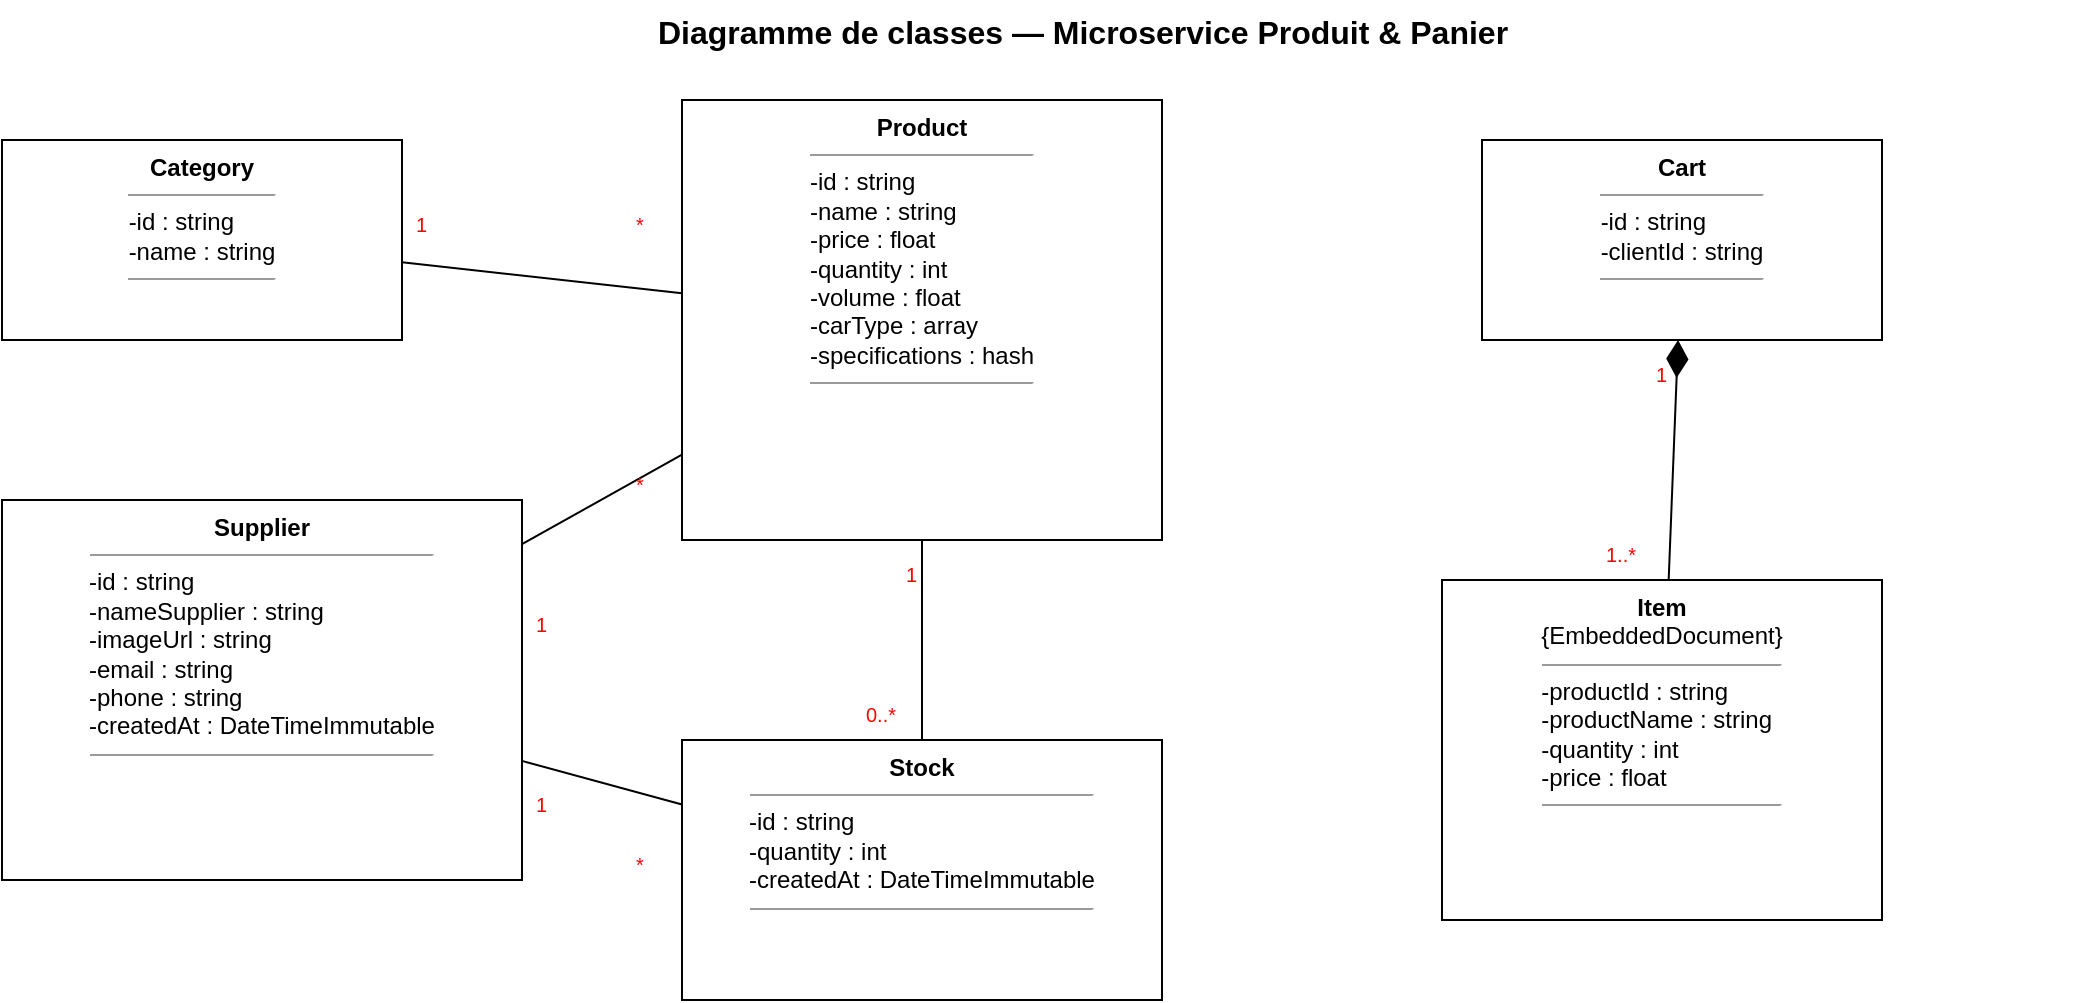
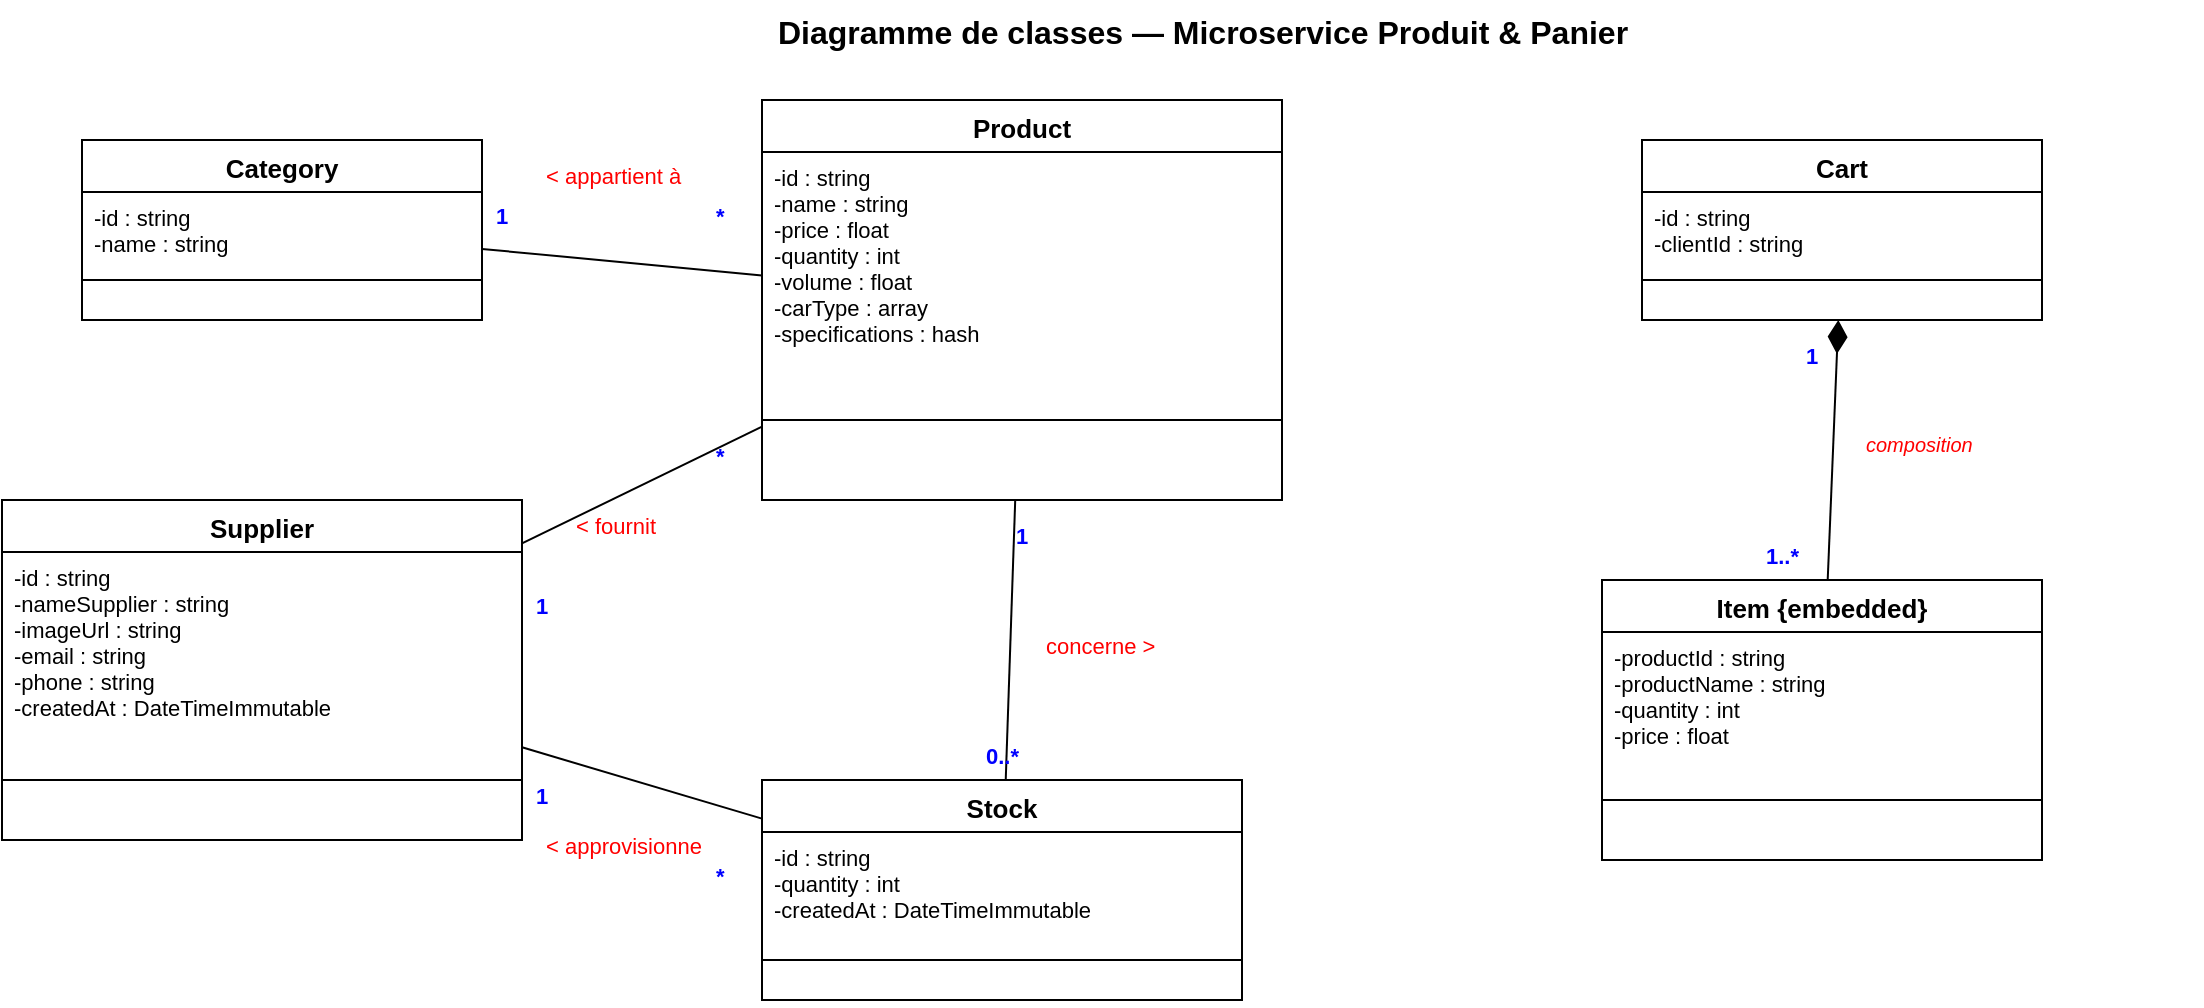
<mxfile host="app.diagrams.net" modified="2026-05-11" agent="Kiro" version="24.7.17" type="device">
  <diagram id="cls-produit" name="Classes - Produit et Panier">
-     <mxGraphModel dx="1400" dy="900" grid="1" gridSize="10" guides="1" tooltips="1" connect="1" arrows="1" fold="1" page="1" pageScale="1" pageWidth="1400" pageHeight="900" math="0" shadow="0">
+     <mxGraphModel dx="1400" dy="1000" grid="1" gridSize="10" guides="1" tooltips="1" connect="1" arrows="1" fold="1" page="1" pageScale="1" pageWidth="1400" pageHeight="1000" math="0" shadow="0">
      <root>
        <mxCell id="0"/><mxCell id="1" parent="0"/>
-         <mxCell id="t" value="Diagramme de classes — Microservice Produit &amp; Panier" style="text;html=1;align=center;fontSize=16;fontStyle=1;" vertex="1" parent="1"><mxGeometry x="200" y="10" width="1000" height="30" as="geometry"/></mxCell>
+         <mxCell id="t" value="Diagramme de classes — Microservice Produit &amp; Panier" style="text;html=1;align=center;fontSize=16;fontStyle=1;fontColor=#000000;" vertex="1" parent="1"><mxGeometry x="200" y="10" width="1000" height="30" as="geometry"/></mxCell>

-         <mxCell id="prod" value="&lt;b&gt;Product&lt;/b&gt;&lt;hr size=1&gt;&lt;div align='left'&gt;-id : string&lt;br&gt;-name : string&lt;br&gt;-price : float&lt;br&gt;-quantity : int&lt;br&gt;-volume : float&lt;br&gt;-carType : array&lt;br&gt;-specifications : hash&lt;/div&gt;&lt;hr size=1&gt;" style="rounded=0;whiteSpace=wrap;html=1;fillColor=none;strokeColor=#000000;fontSize=12;verticalAlign=top;" vertex="1" parent="1"><mxGeometry x="500" y="60" width="240" height="220" as="geometry"/></mxCell>
+         <mxCell id="prod" value="Product" style="swimlane;fontStyle=1;align=center;verticalAlign=top;childLayout=stackLayout;horizontal=1;startSize=26;collapsible=0;marginBottom=0;fillColor=#FFFFFF;strokeColor=#000000;fontColor=#000000;fontSize=13;" vertex="1" parent="1">
+           <mxGeometry x="480" y="60" width="260" height="200" as="geometry"/>
+         </mxCell>
+         <mxCell id="prod_a" value="-id : string&#xa;-name : string&#xa;-price : float&#xa;-quantity : int&#xa;-volume : float&#xa;-carType : array&#xa;-specifications : hash" style="text;strokeColor=none;fillColor=none;align=left;verticalAlign=top;spacingLeft=4;overflow=hidden;rotatable=0;points=[[0,0.5],[1,0.5]];portConstraint=eastwest;fontColor=#000000;fontSize=11;" vertex="1" parent="prod">
+           <mxGeometry y="26" width="260" height="130" as="geometry"/>
+         </mxCell>
+         <mxCell id="prod_s" value="" style="line;strokeWidth=1;fillColor=none;align=left;verticalAlign=middle;spacingTop=-1;spacingLeft=3;spacingRight=3;rotatable=0;labelPosition=left;points=[];portConstraint=eastwest;strokeColor=#000000;" vertex="1" parent="prod">
+           <mxGeometry y="156" width="260" height="8" as="geometry"/>
+         </mxCell>
+         <mxCell id="prod_m" value=" " style="text;strokeColor=none;fillColor=none;align=left;verticalAlign=top;spacingLeft=4;overflow=hidden;rotatable=0;points=[[0,0.5],[1,0.5]];portConstraint=eastwest;fontColor=#000000;fontSize=11;" vertex="1" parent="prod">
+           <mxGeometry y="164" width="260" height="36" as="geometry"/>
+         </mxCell>

-         <mxCell id="cat" value="&lt;b&gt;Category&lt;/b&gt;&lt;hr size=1&gt;&lt;div align='left'&gt;-id : string&lt;br&gt;-name : string&lt;/div&gt;&lt;hr size=1&gt;" style="rounded=0;whiteSpace=wrap;html=1;fillColor=none;strokeColor=#000000;fontSize=12;verticalAlign=top;" vertex="1" parent="1"><mxGeometry x="160" y="80" width="200" height="100" as="geometry"/></mxCell>
+         <mxCell id="cat" value="Category" style="swimlane;fontStyle=1;align=center;verticalAlign=top;childLayout=stackLayout;horizontal=1;startSize=26;collapsible=0;marginBottom=0;fillColor=#FFFFFF;strokeColor=#000000;fontColor=#000000;fontSize=13;" vertex="1" parent="1">
+           <mxGeometry x="140" y="80" width="200" height="90" as="geometry"/>
+         </mxCell>
+         <mxCell id="cat_a" value="-id : string&#xa;-name : string" style="text;strokeColor=none;fillColor=none;align=left;verticalAlign=top;spacingLeft=4;overflow=hidden;rotatable=0;points=[[0,0.5],[1,0.5]];portConstraint=eastwest;fontColor=#000000;fontSize=11;" vertex="1" parent="cat">
+           <mxGeometry y="26" width="200" height="40" as="geometry"/>
+         </mxCell>
+         <mxCell id="cat_s" value="" style="line;strokeWidth=1;fillColor=none;align=left;verticalAlign=middle;spacingTop=-1;spacingLeft=3;spacingRight=3;rotatable=0;labelPosition=left;points=[];portConstraint=eastwest;strokeColor=#000000;" vertex="1" parent="cat">
+           <mxGeometry y="66" width="200" height="8" as="geometry"/>
+         </mxCell>
+         <mxCell id="cat_m" value=" " style="text;strokeColor=none;fillColor=none;align=left;verticalAlign=top;spacingLeft=4;overflow=hidden;rotatable=0;points=[[0,0.5],[1,0.5]];portConstraint=eastwest;fontColor=#000000;fontSize=11;" vertex="1" parent="cat">
+           <mxGeometry y="74" width="200" height="16" as="geometry"/>
+         </mxCell>

-         <mxCell id="sup" value="&lt;b&gt;Supplier&lt;/b&gt;&lt;hr size=1&gt;&lt;div align='left'&gt;-id : string&lt;br&gt;-nameSupplier : string&lt;br&gt;-imageUrl : string&lt;br&gt;-email : string&lt;br&gt;-phone : string&lt;br&gt;-createdAt : DateTimeImmutable&lt;/div&gt;&lt;hr size=1&gt;" style="rounded=0;whiteSpace=wrap;html=1;fillColor=none;strokeColor=#000000;fontSize=12;verticalAlign=top;" vertex="1" parent="1"><mxGeometry x="160" y="260" width="260" height="190" as="geometry"/></mxCell>
+         <mxCell id="sup" value="Supplier" style="swimlane;fontStyle=1;align=center;verticalAlign=top;childLayout=stackLayout;horizontal=1;startSize=26;collapsible=0;marginBottom=0;fillColor=#FFFFFF;strokeColor=#000000;fontColor=#000000;fontSize=13;" vertex="1" parent="1">
+           <mxGeometry x="100" y="260" width="260" height="170" as="geometry"/>
+         </mxCell>
+         <mxCell id="sup_a" value="-id : string&#xa;-nameSupplier : string&#xa;-imageUrl : string&#xa;-email : string&#xa;-phone : string&#xa;-createdAt : DateTimeImmutable" style="text;strokeColor=none;fillColor=none;align=left;verticalAlign=top;spacingLeft=4;overflow=hidden;rotatable=0;points=[[0,0.5],[1,0.5]];portConstraint=eastwest;fontColor=#000000;fontSize=11;" vertex="1" parent="sup">
+           <mxGeometry y="26" width="260" height="110" as="geometry"/>
+         </mxCell>
+         <mxCell id="sup_s" value="" style="line;strokeWidth=1;fillColor=none;align=left;verticalAlign=middle;spacingTop=-1;spacingLeft=3;spacingRight=3;rotatable=0;labelPosition=left;points=[];portConstraint=eastwest;strokeColor=#000000;" vertex="1" parent="sup">
+           <mxGeometry y="136" width="260" height="8" as="geometry"/>
+         </mxCell>
+         <mxCell id="sup_m" value=" " style="text;strokeColor=none;fillColor=none;align=left;verticalAlign=top;spacingLeft=4;overflow=hidden;rotatable=0;points=[[0,0.5],[1,0.5]];portConstraint=eastwest;fontColor=#000000;fontSize=11;" vertex="1" parent="sup">
+           <mxGeometry y="144" width="260" height="26" as="geometry"/>
+         </mxCell>

-         <mxCell id="cart" value="&lt;b&gt;Cart&lt;/b&gt;&lt;hr size=1&gt;&lt;div align='left'&gt;-id : string&lt;br&gt;-clientId : string&lt;/div&gt;&lt;hr size=1&gt;" style="rounded=0;whiteSpace=wrap;html=1;fillColor=none;strokeColor=#000000;fontSize=12;verticalAlign=top;" vertex="1" parent="1"><mxGeometry x="900" y="80" width="200" height="100" as="geometry"/></mxCell>
+         <mxCell id="cart" value="Cart" style="swimlane;fontStyle=1;align=center;verticalAlign=top;childLayout=stackLayout;horizontal=1;startSize=26;collapsible=0;marginBottom=0;fillColor=#FFFFFF;strokeColor=#000000;fontColor=#000000;fontSize=13;" vertex="1" parent="1">
+           <mxGeometry x="920" y="80" width="200" height="90" as="geometry"/>
+         </mxCell>
+         <mxCell id="cart_a" value="-id : string&#xa;-clientId : string" style="text;strokeColor=none;fillColor=none;align=left;verticalAlign=top;spacingLeft=4;overflow=hidden;rotatable=0;points=[[0,0.5],[1,0.5]];portConstraint=eastwest;fontColor=#000000;fontSize=11;" vertex="1" parent="cart">
+           <mxGeometry y="26" width="200" height="40" as="geometry"/>
+         </mxCell>
+         <mxCell id="cart_s" value="" style="line;strokeWidth=1;fillColor=none;align=left;verticalAlign=middle;spacingTop=-1;spacingLeft=3;spacingRight=3;rotatable=0;labelPosition=left;points=[];portConstraint=eastwest;strokeColor=#000000;" vertex="1" parent="cart">
+           <mxGeometry y="66" width="200" height="8" as="geometry"/>
+         </mxCell>
+         <mxCell id="cart_m" value=" " style="text;strokeColor=none;fillColor=none;align=left;verticalAlign=top;spacingLeft=4;overflow=hidden;rotatable=0;points=[[0,0.5],[1,0.5]];portConstraint=eastwest;fontColor=#000000;fontSize=11;" vertex="1" parent="cart">
+           <mxGeometry y="74" width="200" height="16" as="geometry"/>
+         </mxCell>

-         <mxCell id="item" value="&lt;b&gt;Item&lt;/b&gt;&lt;br&gt;{EmbeddedDocument}&lt;hr size=1&gt;&lt;div align='left'&gt;-productId : string&lt;br&gt;-productName : string&lt;br&gt;-quantity : int&lt;br&gt;-price : float&lt;/div&gt;&lt;hr size=1&gt;" style="rounded=0;whiteSpace=wrap;html=1;fillColor=none;strokeColor=#000000;fontSize=12;verticalAlign=top;" vertex="1" parent="1"><mxGeometry x="880" y="300" width="220" height="170" as="geometry"/></mxCell>
+         <mxCell id="item" value="Item {embedded}" style="swimlane;fontStyle=1;align=center;verticalAlign=top;childLayout=stackLayout;horizontal=1;startSize=26;collapsible=0;marginBottom=0;fillColor=#FFFFFF;strokeColor=#000000;fontColor=#000000;fontSize=13;" vertex="1" parent="1">
+           <mxGeometry x="900" y="300" width="220" height="140" as="geometry"/>
+         </mxCell>
+         <mxCell id="item_a" value="-productId : string&#xa;-productName : string&#xa;-quantity : int&#xa;-price : float" style="text;strokeColor=none;fillColor=none;align=left;verticalAlign=top;spacingLeft=4;overflow=hidden;rotatable=0;points=[[0,0.5],[1,0.5]];portConstraint=eastwest;fontColor=#000000;fontSize=11;" vertex="1" parent="item">
+           <mxGeometry y="26" width="220" height="80" as="geometry"/>
+         </mxCell>
+         <mxCell id="item_s" value="" style="line;strokeWidth=1;fillColor=none;align=left;verticalAlign=middle;spacingTop=-1;spacingLeft=3;spacingRight=3;rotatable=0;labelPosition=left;points=[];portConstraint=eastwest;strokeColor=#000000;" vertex="1" parent="item">
+           <mxGeometry y="106" width="220" height="8" as="geometry"/>
+         </mxCell>
+         <mxCell id="item_m" value=" " style="text;strokeColor=none;fillColor=none;align=left;verticalAlign=top;spacingLeft=4;overflow=hidden;rotatable=0;points=[[0,0.5],[1,0.5]];portConstraint=eastwest;fontColor=#000000;fontSize=11;" vertex="1" parent="item">
+           <mxGeometry y="114" width="220" height="26" as="geometry"/>
+         </mxCell>

-         <mxCell id="stock" value="&lt;b&gt;Stock&lt;/b&gt;&lt;hr size=1&gt;&lt;div align='left'&gt;-id : string&lt;br&gt;-quantity : int&lt;br&gt;-createdAt : DateTimeImmutable&lt;/div&gt;&lt;hr size=1&gt;" style="rounded=0;whiteSpace=wrap;html=1;fillColor=none;strokeColor=#000000;fontSize=12;verticalAlign=top;" vertex="1" parent="1"><mxGeometry x="500" y="380" width="240" height="130" as="geometry"/></mxCell>
+         <mxCell id="stock" value="Stock" style="swimlane;fontStyle=1;align=center;verticalAlign=top;childLayout=stackLayout;horizontal=1;startSize=26;collapsible=0;marginBottom=0;fillColor=#FFFFFF;strokeColor=#000000;fontColor=#000000;fontSize=13;" vertex="1" parent="1">
+           <mxGeometry x="480" y="400" width="240" height="110" as="geometry"/>
+         </mxCell>
+         <mxCell id="stock_a" value="-id : string&#xa;-quantity : int&#xa;-createdAt : DateTimeImmutable" style="text;strokeColor=none;fillColor=none;align=left;verticalAlign=top;spacingLeft=4;overflow=hidden;rotatable=0;points=[[0,0.5],[1,0.5]];portConstraint=eastwest;fontColor=#000000;fontSize=11;" vertex="1" parent="stock">
+           <mxGeometry y="26" width="240" height="60" as="geometry"/>
+         </mxCell>
+         <mxCell id="stock_s" value="" style="line;strokeWidth=1;fillColor=none;align=left;verticalAlign=middle;spacingTop=-1;spacingLeft=3;spacingRight=3;rotatable=0;labelPosition=left;points=[];portConstraint=eastwest;strokeColor=#000000;" vertex="1" parent="stock">
+           <mxGeometry y="86" width="240" height="8" as="geometry"/>
+         </mxCell>
+         <mxCell id="stock_m" value=" " style="text;strokeColor=none;fillColor=none;align=left;verticalAlign=top;spacingLeft=4;overflow=hidden;rotatable=0;points=[[0,0.5],[1,0.5]];portConstraint=eastwest;fontColor=#000000;fontSize=11;" vertex="1" parent="stock">
+           <mxGeometry y="94" width="240" height="16" as="geometry"/>
+         </mxCell>

-         <mxCell id="r1" style="endArrow=none;html=1;" edge="1" parent="1" source="prod" target="cat"><mxGeometry relative="1" as="geometry"/></mxCell>
-         <mxCell id="r1a" value="&lt;font color='#FF0000'&gt;*&lt;/font&gt;" style="text;html=1;fontSize=10;" vertex="1" parent="1"><mxGeometry x="475" y="110" width="20" height="20" as="geometry"/></mxCell>
-         <mxCell id="r1b" value="&lt;font color='#FF0000'&gt;1&lt;/font&gt;" style="text;html=1;fontSize=10;" vertex="1" parent="1"><mxGeometry x="365" y="110" width="20" height="20" as="geometry"/></mxCell>
+         <mxCell id="r1" style="endArrow=none;html=1;strokeColor=#000000;" edge="1" parent="1" source="prod" target="cat"><mxGeometry relative="1" as="geometry"/></mxCell>
+         <mxCell id="r1a" value="*" style="text;html=1;fontSize=11;fontColor=#0000FF;fontStyle=1;" vertex="1" parent="1"><mxGeometry x="455" y="105" width="20" height="20" as="geometry"/></mxCell>
+         <mxCell id="r1b" value="1" style="text;html=1;fontSize=11;fontColor=#0000FF;fontStyle=1;" vertex="1" parent="1"><mxGeometry x="345" y="105" width="20" height="20" as="geometry"/></mxCell>
+         <mxCell id="r1v" value="&lt;font color='#FF0000'&gt;&amp;lt; appartient à&lt;/font&gt;" style="text;html=1;fontSize=11;" vertex="1" parent="1"><mxGeometry x="370" y="85" width="100" height="20" as="geometry"/></mxCell>

-         <mxCell id="r2" style="endArrow=none;html=1;" edge="1" parent="1" source="prod" target="sup"><mxGeometry relative="1" as="geometry"/></mxCell>
-         <mxCell id="r2a" value="&lt;font color='#FF0000'&gt;*&lt;/font&gt;" style="text;html=1;fontSize=10;" vertex="1" parent="1"><mxGeometry x="475" y="240" width="20" height="20" as="geometry"/></mxCell>
-         <mxCell id="r2b" value="&lt;font color='#FF0000'&gt;1&lt;/font&gt;" style="text;html=1;fontSize=10;" vertex="1" parent="1"><mxGeometry x="425" y="310" width="20" height="20" as="geometry"/></mxCell>
+         <mxCell id="r2" style="endArrow=none;html=1;strokeColor=#000000;" edge="1" parent="1" source="prod" target="sup"><mxGeometry relative="1" as="geometry"/></mxCell>
+         <mxCell id="r2a" value="*" style="text;html=1;fontSize=11;fontColor=#0000FF;fontStyle=1;" vertex="1" parent="1"><mxGeometry x="455" y="225" width="20" height="20" as="geometry"/></mxCell>
+         <mxCell id="r2b" value="1" style="text;html=1;fontSize=11;fontColor=#0000FF;fontStyle=1;" vertex="1" parent="1"><mxGeometry x="365" y="300" width="20" height="20" as="geometry"/></mxCell>
+         <mxCell id="r2v" value="&lt;font color='#FF0000'&gt;&amp;lt; fournit&lt;/font&gt;" style="text;html=1;fontSize=11;" vertex="1" parent="1"><mxGeometry x="385" y="260" width="70" height="20" as="geometry"/></mxCell>

-         <mxCell id="r3" style="endArrow=diamondThin;endFill=1;endSize=16;html=1;" edge="1" parent="1" source="item" target="cart"><mxGeometry relative="1" as="geometry"/></mxCell>
-         <mxCell id="r3a" value="&lt;font color='#FF0000'&gt;1..*&lt;/font&gt;" style="text;html=1;fontSize=10;" vertex="1" parent="1"><mxGeometry x="960" y="275" width="35" height="20" as="geometry"/></mxCell>
-         <mxCell id="r3b" value="&lt;font color='#FF0000'&gt;1&lt;/font&gt;" style="text;html=1;fontSize=10;" vertex="1" parent="1"><mxGeometry x="985" y="185" width="20" height="20" as="geometry"/></mxCell>
+         <mxCell id="r3" style="endArrow=diamondThin;endFill=1;endSize=14;html=1;strokeColor=#000000;" edge="1" parent="1" source="item" target="cart"><mxGeometry relative="1" as="geometry"/></mxCell>
+         <mxCell id="r3a" value="1..*" style="text;html=1;fontSize=11;fontColor=#0000FF;fontStyle=1;" vertex="1" parent="1"><mxGeometry x="980" y="275" width="35" height="20" as="geometry"/></mxCell>
+         <mxCell id="r3b" value="1" style="text;html=1;fontSize=11;fontColor=#0000FF;fontStyle=1;" vertex="1" parent="1"><mxGeometry x="1000" y="175" width="20" height="20" as="geometry"/></mxCell>
+         <mxCell id="r3v" value="&lt;font color='#FF0000'&gt;composition&lt;/font&gt;" style="text;html=1;fontSize=10;fontStyle=2;fontColor=#008800;" vertex="1" parent="1"><mxGeometry x="1030" y="220" width="80" height="20" as="geometry"/></mxCell>

-         <mxCell id="r4" style="endArrow=none;html=1;" edge="1" parent="1" source="stock" target="prod"><mxGeometry relative="1" as="geometry"/></mxCell>
-         <mxCell id="r4a" value="&lt;font color='#FF0000'&gt;0..*&lt;/font&gt;" style="text;html=1;fontSize=10;" vertex="1" parent="1"><mxGeometry x="590" y="355" width="35" height="20" as="geometry"/></mxCell>
-         <mxCell id="r4b" value="&lt;font color='#FF0000'&gt;1&lt;/font&gt;" style="text;html=1;fontSize=10;" vertex="1" parent="1"><mxGeometry x="610" y="285" width="20" height="20" as="geometry"/></mxCell>
+         <mxCell id="r4" style="endArrow=none;html=1;strokeColor=#000000;" edge="1" parent="1" source="stock" target="prod"><mxGeometry relative="1" as="geometry"/></mxCell>
+         <mxCell id="r4a" value="0..*" style="text;html=1;fontSize=11;fontColor=#0000FF;fontStyle=1;" vertex="1" parent="1"><mxGeometry x="590" y="375" width="35" height="20" as="geometry"/></mxCell>
+         <mxCell id="r4b" value="1" style="text;html=1;fontSize=11;fontColor=#0000FF;fontStyle=1;" vertex="1" parent="1"><mxGeometry x="605" y="265" width="20" height="20" as="geometry"/></mxCell>
+         <mxCell id="r4v" value="&lt;font color='#FF0000'&gt;concerne &amp;gt;&lt;/font&gt;" style="text;html=1;fontSize=11;" vertex="1" parent="1"><mxGeometry x="620" y="320" width="90" height="20" as="geometry"/></mxCell>

-         <mxCell id="r5" style="endArrow=none;html=1;" edge="1" parent="1" source="stock" target="sup"><mxGeometry relative="1" as="geometry"/></mxCell>
-         <mxCell id="r5a" value="&lt;font color='#FF0000'&gt;*&lt;/font&gt;" style="text;html=1;fontSize=10;" vertex="1" parent="1"><mxGeometry x="475" y="430" width="20" height="20" as="geometry"/></mxCell>
-         <mxCell id="r5b" value="&lt;font color='#FF0000'&gt;1&lt;/font&gt;" style="text;html=1;fontSize=10;" vertex="1" parent="1"><mxGeometry x="425" y="400" width="20" height="20" as="geometry"/></mxCell>
+         <mxCell id="r5" style="endArrow=none;html=1;strokeColor=#000000;" edge="1" parent="1" source="stock" target="sup"><mxGeometry relative="1" as="geometry"/></mxCell>
+         <mxCell id="r5a" value="*" style="text;html=1;fontSize=11;fontColor=#0000FF;fontStyle=1;" vertex="1" parent="1"><mxGeometry x="455" y="435" width="20" height="20" as="geometry"/></mxCell>
+         <mxCell id="r5b" value="1" style="text;html=1;fontSize=11;fontColor=#0000FF;fontStyle=1;" vertex="1" parent="1"><mxGeometry x="365" y="395" width="20" height="20" as="geometry"/></mxCell>
+         <mxCell id="r5v" value="&lt;font color='#FF0000'&gt;&amp;lt; approvisionne&lt;/font&gt;" style="text;html=1;fontSize=11;" vertex="1" parent="1"><mxGeometry x="370" y="420" width="110" height="20" as="geometry"/></mxCell>
      </root>
    </mxGraphModel>
  </diagram>
</mxfile>